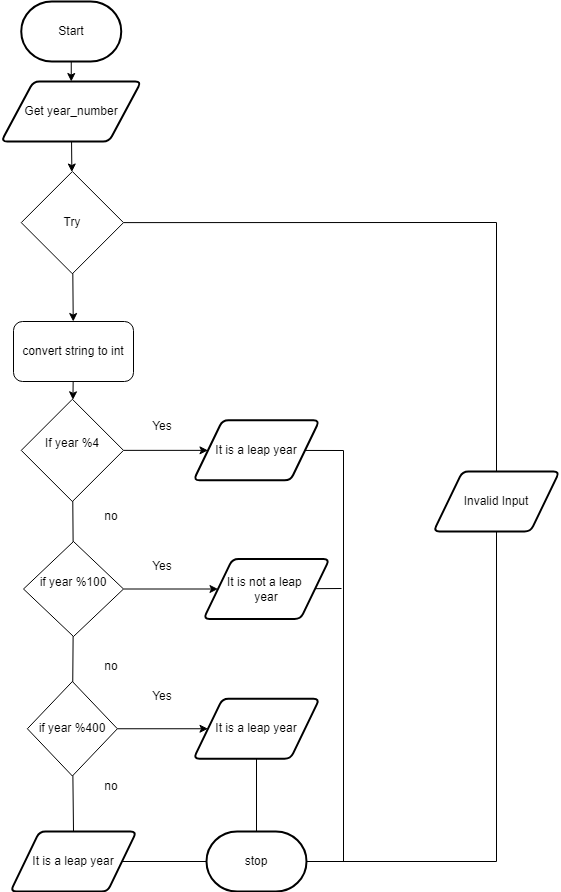
Above: FlowChart3-07FIXED.png in JacksonNaufal/ICS3U-Unit3-08-Python (draw.io), before the change. Source tidied: cells renumbered, new cells last; positions are measured from the earlier drawing's top-left corner, leaving out a move shared by most shapes.
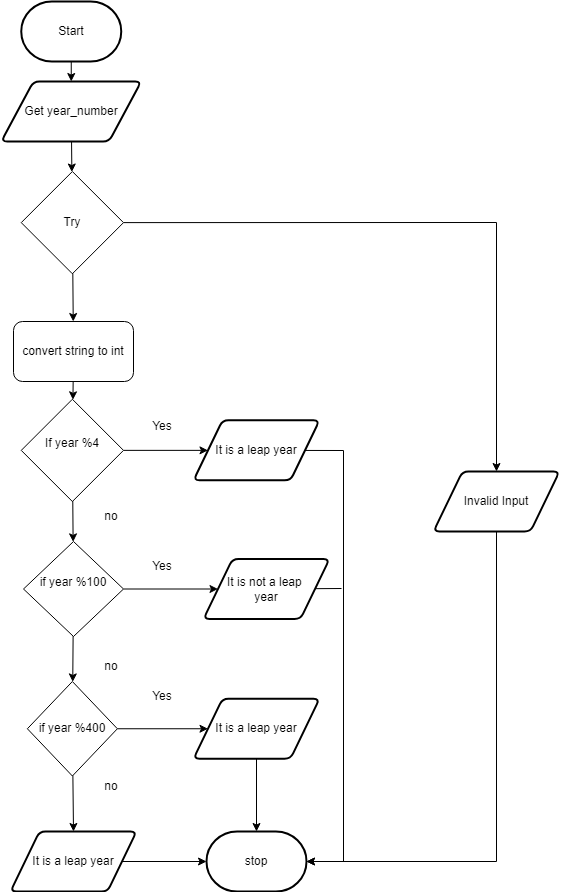
After the commit.

The edit, as a diff of the source:
```diff
@@ -20,16 +20,16 @@
     <mxCell id="7" value="It is a leap year" style="shape=parallelogram;html=1;strokeWidth=2;perimeter=parallelogramPerimeter;whiteSpace=wrap;rounded=1;arcSize=12;size=0.23;" parent="1" vertex="1">
       <mxGeometry x="192" y="418.9" width="126" height="60" as="geometry" />
     </mxCell>
-    <mxCell id="8" style="edgeStyle=none;rounded=0;html=1;entryX=0;entryY=0.5;entryDx=0;entryDy=0;" parent="1" edge="1" source="10" target="21">
+    <mxCell id="8" style="edgeStyle=none;rounded=0;html=1;entryX=0;entryY=0.5;entryDx=0;entryDy=0;endArrow=classic;endFill=1;" parent="1" edge="1" source="10" target="21">
       <mxGeometry relative="1" as="geometry" />
     </mxCell>
-    <mxCell id="9" style="edgeStyle=none;rounded=0;html=1;entryX=0.5;entryY=0;entryDx=0;entryDy=0;endArrow=none;endFill=0;" parent="1" edge="1" source="10" target="33">
+    <mxCell id="9" style="edgeStyle=none;rounded=0;html=1;entryX=0.5;entryY=0;entryDx=0;entryDy=0;endArrow=classic;endFill=1;" parent="1" edge="1" source="10" target="33">
       <mxGeometry relative="1" as="geometry" />
     </mxCell>
     <mxCell id="10" value="&lt;br&gt;&lt;br&gt;&lt;br&gt;if year %400&lt;br&gt;&lt;br&gt;&lt;br&gt;&amp;nbsp;" style="rhombus;whiteSpace=wrap;html=1;" parent="1" vertex="1">
       <mxGeometry x="25.9" y="680" width="90" height="94.5" as="geometry" />
     </mxCell>
-    <mxCell id="11" style="edgeStyle=none;html=1;endArrow=none;startArrow=none;" parent="1" edge="1" source="14" target="10">
+    <mxCell id="11" style="edgeStyle=none;html=1;endArrow=classic;startArrow=none;endFill=1;" parent="1" edge="1" source="14" target="10">
       <mxGeometry relative="1" as="geometry" />
     </mxCell>
     <mxCell id="12" value="Yes" style="text;html=1;strokeColor=none;fillColor=none;align=center;verticalAlign=middle;whiteSpace=wrap;rounded=0;" parent="1" vertex="1">
@@ -41,7 +41,7 @@
     <mxCell id="14" value="&lt;br&gt;if year %100&lt;br&gt;&lt;br&gt;&amp;nbsp;" style="rhombus;whiteSpace=wrap;html=1;" parent="1" vertex="1">
       <mxGeometry x="22" y="540" width="100" height="95" as="geometry" />
     </mxCell>
-    <mxCell id="15" style="edgeStyle=none;html=1;endArrow=none;" parent="1" edge="1" source="6" target="14">
+    <mxCell id="15" style="edgeStyle=none;html=1;endArrow=classic;endFill=1;" parent="1" edge="1" source="6" target="14">
       <mxGeometry relative="1" as="geometry" />
     </mxCell>
     <mxCell id="16" value="Yes" style="text;html=1;strokeColor=none;fillColor=none;align=center;verticalAlign=middle;whiteSpace=wrap;rounded=0;" parent="1" vertex="1">
@@ -58,13 +58,13 @@
     <mxCell id="19" value="Yes" style="text;html=1;strokeColor=none;fillColor=none;align=center;verticalAlign=middle;whiteSpace=wrap;rounded=0;" parent="1" vertex="1">
       <mxGeometry x="131" y="680" width="60" height="30" as="geometry" />
     </mxCell>
-    <mxCell id="20" style="edgeStyle=none;rounded=0;html=1;entryX=0.5;entryY=0;entryDx=0;entryDy=0;entryPerimeter=0;endArrow=none;endFill=0;" parent="1" edge="1" source="21" target="4">
+    <mxCell id="20" style="edgeStyle=none;rounded=0;html=1;entryX=0.5;entryY=0;entryDx=0;entryDy=0;entryPerimeter=0;endArrow=classic;endFill=1;" parent="1" edge="1" source="21" target="4">
       <mxGeometry relative="1" as="geometry" />
     </mxCell>
     <mxCell id="21" value="It is a leap year" style="shape=parallelogram;html=1;strokeWidth=2;perimeter=parallelogramPerimeter;whiteSpace=wrap;rounded=1;arcSize=12;size=0.23;" parent="1" vertex="1">
       <mxGeometry x="192" y="697.2" width="126" height="60" as="geometry" />
     </mxCell>
-    <mxCell id="22" style="edgeStyle=none;html=1;rounded=0;endArrow=none;entryX=1;entryY=0.5;entryDx=0;entryDy=0;entryPerimeter=0;" parent="1" edge="1" source="7" target="4">
+    <mxCell id="22" style="edgeStyle=none;html=1;rounded=0;endArrow=classic;entryX=1;entryY=0.5;entryDx=0;entryDy=0;entryPerimeter=0;endFill=1;" parent="1" edge="1" source="7" target="4">
       <mxGeometry relative="1" as="geometry">
         <Array as="points">
           <mxPoint x="342" y="449" />
@@ -72,7 +72,7 @@
         </Array>
       </mxGeometry>
     </mxCell>
-    <mxCell id="23" style="edgeStyle=none;rounded=0;html=1;entryX=0.5;entryY=0;entryDx=0;entryDy=0;endArrow=none;endFill=0;" parent="1" edge="1" source="24" target="29">
+    <mxCell id="23" style="edgeStyle=none;rounded=0;html=1;entryX=0.5;entryY=0;entryDx=0;entryDy=0;endArrow=classic;endFill=1;" parent="1" edge="1" source="24" target="29">
       <mxGeometry relative="1" as="geometry">
         <Array as="points">
           <mxPoint x="495" y="221" />
@@ -91,7 +91,7 @@
     <mxCell id="27" style="edgeStyle=none;html=1;startArrow=none;endArrow=classic;endFill=1;" parent="1" edge="1" source="24" target="26">
       <mxGeometry relative="1" as="geometry" />
     </mxCell>
-    <mxCell id="28" style="edgeStyle=none;rounded=0;html=1;entryX=1;entryY=0.5;entryDx=0;entryDy=0;entryPerimeter=0;endArrow=none;endFill=0;" parent="1" edge="1" source="29" target="4">
+    <mxCell id="28" style="edgeStyle=none;rounded=0;html=1;entryX=1;entryY=0.5;entryDx=0;entryDy=0;entryPerimeter=0;endArrow=classic;endFill=1;" parent="1" edge="1" source="29" target="4">
       <mxGeometry relative="1" as="geometry">
         <Array as="points">
           <mxPoint x="495" y="860" />
@@ -107,7 +107,7 @@
     <mxCell id="31" value="no" style="text;html=1;strokeColor=none;fillColor=none;align=center;verticalAlign=middle;whiteSpace=wrap;rounded=0;" parent="1" vertex="1">
       <mxGeometry x="79.8" y="650" width="60" height="30" as="geometry" />
     </mxCell>
-    <mxCell id="32" style="edgeStyle=none;rounded=0;html=1;entryX=0;entryY=0.5;entryDx=0;entryDy=0;entryPerimeter=0;endArrow=none;endFill=0;" parent="1" edge="1" source="33" target="4">
+    <mxCell id="32" style="edgeStyle=none;rounded=0;html=1;entryX=0;entryY=0.5;entryDx=0;entryDy=0;entryPerimeter=0;endArrow=classic;endFill=1;" parent="1" edge="1" source="33" target="4">
       <mxGeometry relative="1" as="geometry" />
     </mxCell>
     <mxCell id="33" value="It is a leap year" style="shape=parallelogram;html=1;strokeWidth=2;perimeter=parallelogramPerimeter;whiteSpace=wrap;rounded=1;arcSize=12;size=0.23;" parent="1" vertex="1">
```
